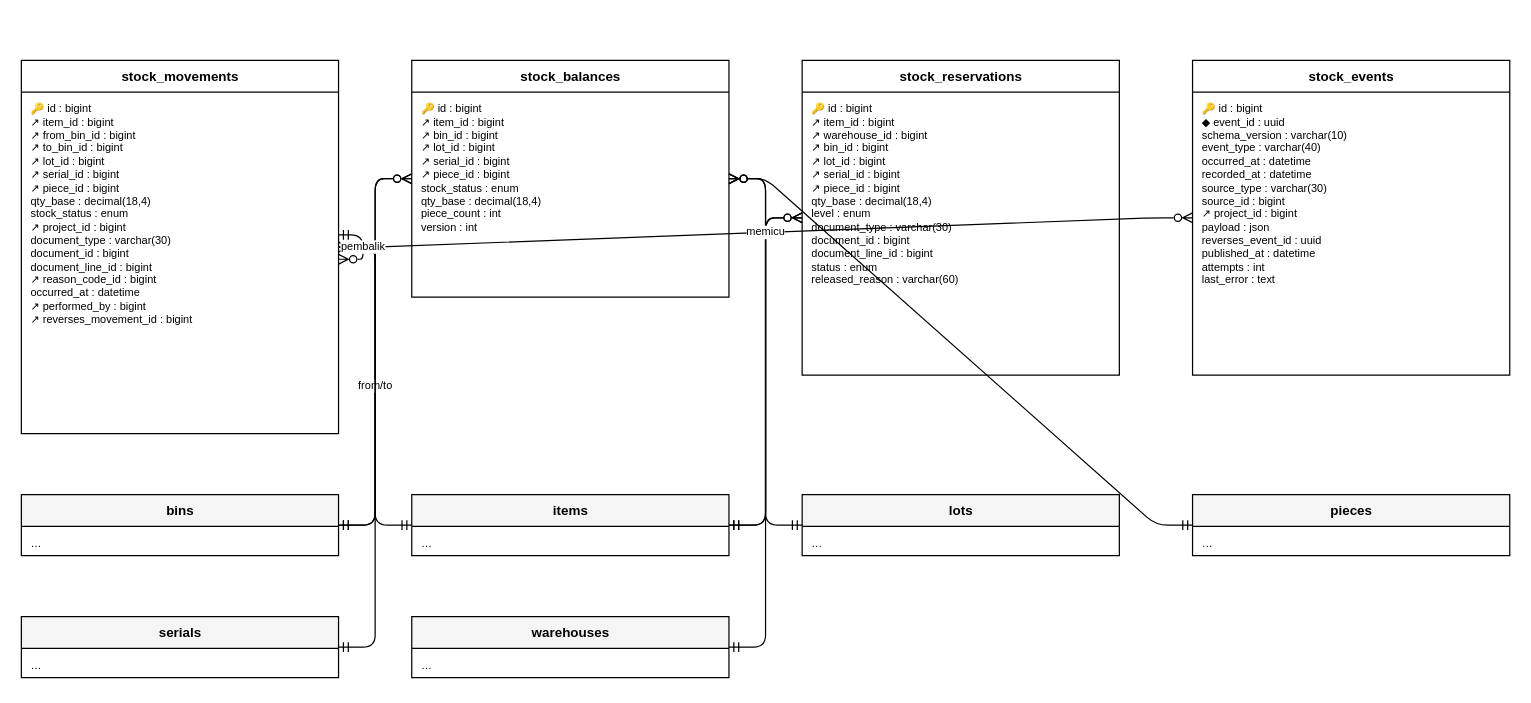
This is docs/diagram/erd-stok.drawio from HengkyDarmawan/wms, a draw.io file, before an edit. Source tidied: cells renumbered, new cells numbered last; positions are measured from the earlier drawing's top-left corner, leaving out a move shared by most shapes. Both pictures are drawn from the tidied source at 122%, with x=0, y=0 at pixel (21, 60).
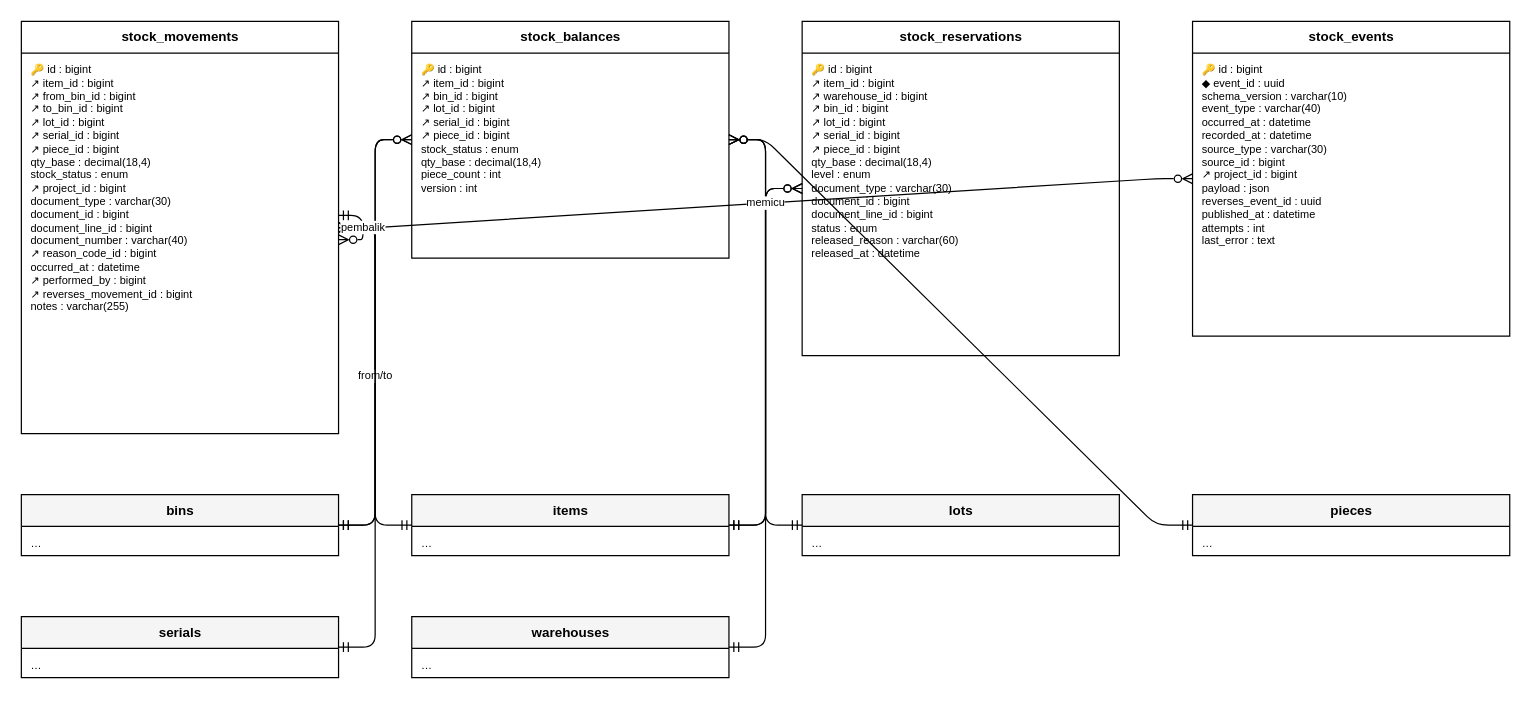
The same diagram, later.

Diff of the diagram source:
```diff
@@
     <mxCell id="2" value="stock_movements" style="swimlane;fontStyle=1;horizontal=1;startSize=26;html=1;fontSize=11;fillColor=#FFFFFF;" parent="1" vertex="1">
-      <mxGeometry width="260" height="306" as="geometry" />
+      <mxGeometry y="-32" width="260" height="338" as="geometry" />
     </mxCell>
-    <mxCell id="3" value="🔑 id : bigint&lt;br&gt;↗ item_id : bigint&lt;br&gt;↗ from_bin_id : bigint&lt;br&gt;↗ to_bin_id : bigint&lt;br&gt;↗ lot_id : bigint&lt;br&gt;↗ serial_id : bigint&lt;br&gt;↗ piece_id : bigint&lt;br&gt;qty_base : decimal(18,4)&lt;br&gt;stock_status : enum&lt;br&gt;↗ project_id : bigint&lt;br&gt;document_type : varchar(30)&lt;br&gt;document_id : bigint&lt;br&gt;document_line_id : bigint&lt;br&gt;↗ reason_code_id : bigint&lt;br&gt;occurred_at : datetime&lt;br&gt;↗ performed_by : bigint&lt;br&gt;↗ reverses_movement_id : bigint" style="text;html=1;strokeColor=none;fillColor=none;align=left;verticalAlign=top;spacingLeft=6;spacingTop=2;fontSize=9;whiteSpace=wrap;overflow=hidden;" parent="2" vertex="1">
-      <mxGeometry y="26" width="260" height="280" as="geometry" />
+    <mxCell id="3" value="🔑 id : bigint&lt;br&gt;↗ item_id : bigint&lt;br&gt;↗ from_bin_id : bigint&lt;br&gt;↗ to_bin_id : bigint&lt;br&gt;↗ lot_id : bigint&lt;br&gt;↗ serial_id : bigint&lt;br&gt;↗ piece_id : bigint&lt;br&gt;qty_base : decimal(18,4)&lt;br&gt;stock_status : enum&lt;br&gt;↗ project_id : bigint&lt;br&gt;document_type : varchar(30)&lt;br&gt;document_id : bigint&lt;br&gt;document_line_id : bigint&lt;br&gt;document_number : varchar(40)&lt;br&gt;↗ reason_code_id : bigint&lt;br&gt;occurred_at : datetime&lt;br&gt;↗ performed_by : bigint&lt;br&gt;↗ reverses_movement_id : bigint&lt;br&gt;notes : varchar(255)" style="text;html=1;strokeColor=none;fillColor=none;align=left;verticalAlign=top;spacingLeft=6;spacingTop=2;fontSize=9;whiteSpace=wrap;overflow=hidden;" parent="2" vertex="1">
+      <mxGeometry y="26" width="260" height="312" as="geometry" />
     </mxCell>
     <mxCell id="4" value="stock_balances" style="swimlane;fontStyle=1;horizontal=1;startSize=26;html=1;fontSize=11;fillColor=#FFFFFF;" parent="1" vertex="1">
-      <mxGeometry x="320" width="260" height="194" as="geometry" />
+      <mxGeometry x="320" y="-32" width="260" height="194" as="geometry" />
     </mxCell>
@@
     <mxCell id="6" value="stock_reservations" style="swimlane;fontStyle=1;horizontal=1;startSize=26;html=1;fontSize=11;fillColor=#FFFFFF;" parent="1" vertex="1">
-      <mxGeometry x="640" width="260" height="258" as="geometry" />
+      <mxGeometry x="640" y="-32" width="260" height="274" as="geometry" />
     </mxCell>
-    <mxCell id="7" value="🔑 id : bigint&lt;br&gt;↗ item_id : bigint&lt;br&gt;↗ warehouse_id : bigint&lt;br&gt;↗ bin_id : bigint&lt;br&gt;↗ lot_id : bigint&lt;br&gt;↗ serial_id : bigint&lt;br&gt;↗ piece_id : bigint&lt;br&gt;qty_base : decimal(18,4)&lt;br&gt;level : enum&lt;br&gt;document_type : varchar(30)&lt;br&gt;document_id : bigint&lt;br&gt;document_line_id : bigint&lt;br&gt;status : enum&lt;br&gt;released_reason : varchar(60)" style="text;html=1;strokeColor=none;fillColor=none;align=left;verticalAlign=top;spacingLeft=6;spacingTop=2;fontSize=9;whiteSpace=wrap;overflow=hidden;" parent="6" vertex="1">
-      <mxGeometry y="26" width="260" height="232" as="geometry" />
+    <mxCell id="7" value="🔑 id : bigint&lt;br&gt;↗ item_id : bigint&lt;br&gt;↗ warehouse_id : bigint&lt;br&gt;↗ bin_id : bigint&lt;br&gt;↗ lot_id : bigint&lt;br&gt;↗ serial_id : bigint&lt;br&gt;↗ piece_id : bigint&lt;br&gt;qty_base : decimal(18,4)&lt;br&gt;level : enum&lt;br&gt;document_type : varchar(30)&lt;br&gt;document_id : bigint&lt;br&gt;document_line_id : bigint&lt;br&gt;status : enum&lt;br&gt;released_reason : varchar(60)&lt;br&gt;released_at : datetime" style="text;html=1;strokeColor=none;fillColor=none;align=left;verticalAlign=top;spacingLeft=6;spacingTop=2;fontSize=9;whiteSpace=wrap;overflow=hidden;" parent="6" vertex="1">
+      <mxGeometry y="26" width="260" height="248" as="geometry" />
     </mxCell>
     <mxCell id="8" value="stock_events" style="swimlane;fontStyle=1;horizontal=1;startSize=26;html=1;fontSize=11;fillColor=#FFFFFF;" parent="1" vertex="1">
-      <mxGeometry x="960" width="260" height="258" as="geometry" />
+      <mxGeometry x="960" y="-32" width="260" height="258" as="geometry" />
     </mxCell>
```
